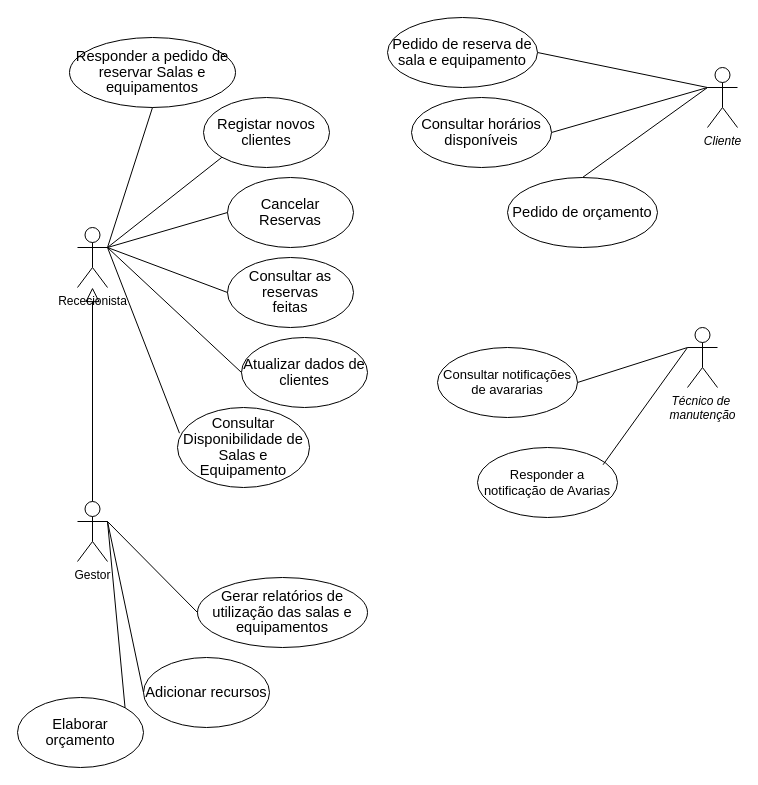
Earlier version of the draw.io diagram page "Use Case normal" (1 of 2) of projeto case use.drawio (ic3K1ng/Rooms-Equipments). Source tidied: cells renumbered, new cells numbered last; positions are measured from the earlier drawing's top-left corner, leaving out a move shared by most shapes. Both pictures are drawn from the tidied source at 100%, with x=0, y=0 at pixel (17, 17).
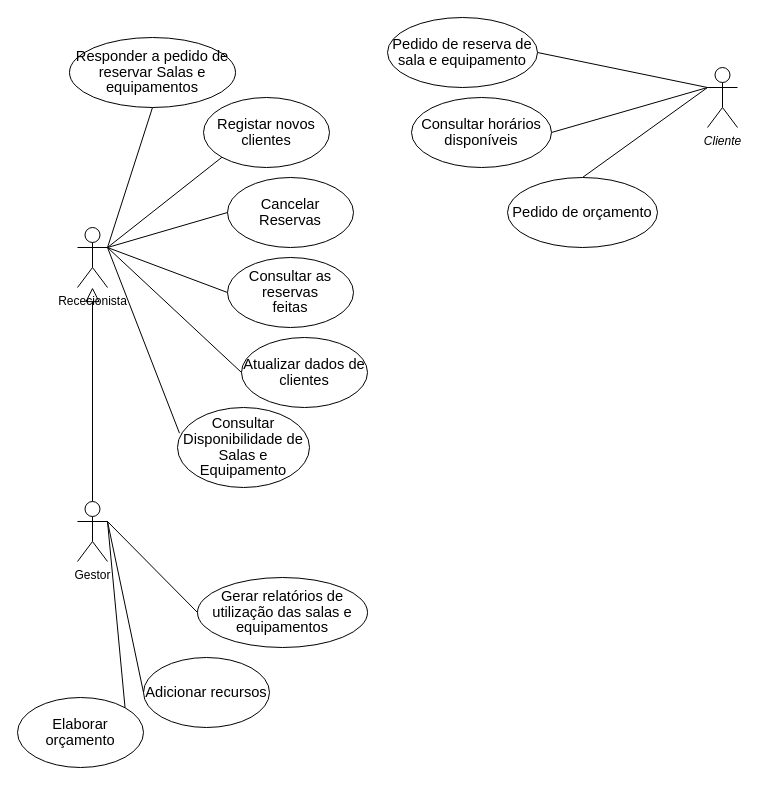
The same diagram, later.

Change to the diagram source:
```diff
@@
-    <mxCell id="22" value="&lt;i&gt;Técnico de&amp;nbsp;&lt;/i&gt;&lt;div&gt;&lt;i&gt;manutenção&lt;/i&gt;&lt;/div&gt;" style="shape=umlActor;html=1;verticalLabelPosition=bottom;verticalAlign=top;align=center;" parent="1" vertex="1">
-      <mxGeometry x="670" y="310" width="30" height="60" as="geometry" />
-    </mxCell>
@@
-    <mxCell id="26" value="&lt;span style=&quot;line-height: 107%; font-size: 13px;&quot;&gt;Consultar notificações de avararias&lt;/span&gt;" style="ellipse;whiteSpace=wrap;html=1;" parent="1" vertex="1">
-      <mxGeometry x="420" y="330" width="140" height="70" as="geometry" />
-    </mxCell>
-    <mxCell id="27" style="edgeStyle=none;html=1;endArrow=none;verticalAlign=bottom;rounded=0;exitX=1;exitY=0.5;exitDx=0;exitDy=0;entryX=0;entryY=0.3333333333333333;entryDx=0;entryDy=0;entryPerimeter=0;" parent="1" edge="1" source="26" target="22">
-      <mxGeometry relative="1" as="geometry" />
-    </mxCell>
@@
-    <mxCell id="30" value="&lt;span style=&quot;font-size: 13px;&quot;&gt;Responder a notificação de Avarias&lt;/span&gt;" style="ellipse;whiteSpace=wrap;html=1;" parent="1" vertex="1">
-      <mxGeometry x="460" y="430" width="140" height="70" as="geometry" />
-    </mxCell>
-    <mxCell id="31" style="edgeStyle=none;html=1;endArrow=none;verticalAlign=bottom;rounded=0;exitX=0.897;exitY=0.246;exitDx=0;exitDy=0;exitPerimeter=0;" parent="1" edge="1" source="30">
-      <mxGeometry relative="1" as="geometry">
-        <mxPoint x="670" y="330" as="targetPoint" />
-      </mxGeometry>
-    </mxCell>
```
